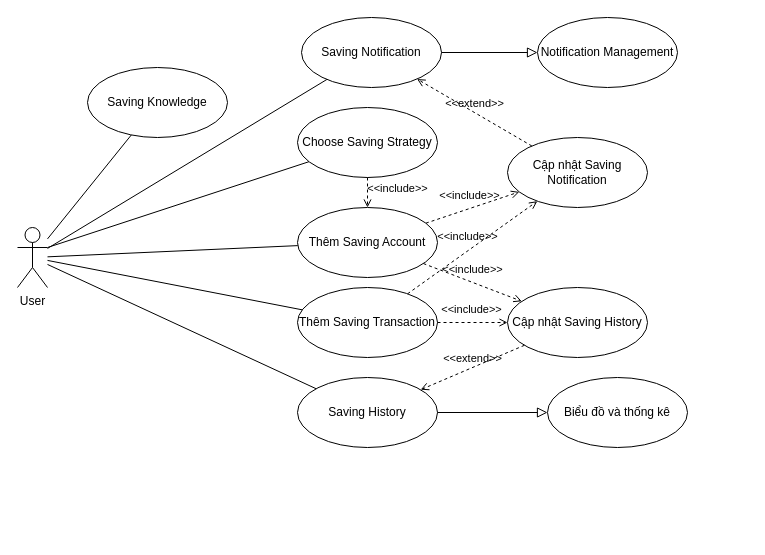
The draw.io diagram design UML/SavingManagement.drawio in vulm-neo01/financial-management, before the edit. Source tidied: cells renumbered, new cells numbered last; positions are measured from the earlier drawing's top-left corner, leaving out a move shared by most shapes. Both pictures are drawn from the tidied source at 100%, with x=0, y=0 at pixel (17, 17).
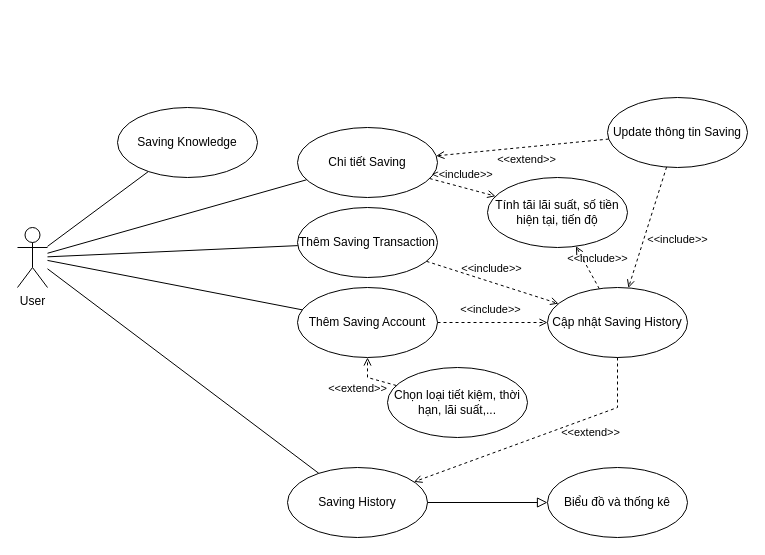
The same page after the edit.

The change refers to these unchanged cells:
```xml
<mxCell id="2" value="User" style="shape=umlActor;verticalLabelPosition=bottom;verticalAlign=top;html=1;outlineConnect=0;" parent="1" vertex="1">
  <mxGeometry y="210" width="30" height="60" as="geometry" />
</mxCell>
```

Diff of the diagram source:
```diff
@@
-    <mxCell id="3" value="Thêm Saving Account" style="ellipse;whiteSpace=wrap;html=1;" parent="1" vertex="1">
+    <mxCell id="3" value="Thêm Saving Transaction" style="ellipse;whiteSpace=wrap;html=1;" parent="1" vertex="1">
       <mxGeometry x="280" y="190" width="140" height="70" as="geometry" />
     </mxCell>
-    <mxCell id="4" value="Thêm Saving Transaction" style="ellipse;whiteSpace=wrap;html=1;" parent="1" vertex="1">
+    <mxCell id="4" value="Thêm Saving Account" style="ellipse;whiteSpace=wrap;html=1;" parent="1" vertex="1">
       <mxGeometry x="280" y="270" width="140" height="70" as="geometry" />
     </mxCell>
     <mxCell id="5" value="Saving History" style="ellipse;whiteSpace=wrap;html=1;" parent="1" vertex="1">
-      <mxGeometry x="280" y="360" width="140" height="70" as="geometry" />
+      <mxGeometry x="270" y="450" width="140" height="70" as="geometry" />
     </mxCell>
@@
     <mxCell id="9" value="Cập nhật Saving History" style="ellipse;whiteSpace=wrap;html=1;" parent="1" vertex="1">
-      <mxGeometry x="490" y="270" width="140" height="70" as="geometry" />
+      <mxGeometry x="530" y="270" width="140" height="70" as="geometry" />
     </mxCell>
@@
     <mxCell id="12" value="&amp;lt;&amp;lt;extend&amp;gt;&amp;gt;" style="html=1;verticalAlign=bottom;labelBackgroundColor=none;endArrow=open;endFill=0;dashed=1;rounded=0;" parent="1" edge="1" source="9" target="5">
-      <mxGeometry relative="1" as="geometry" />
+      <mxGeometry x="-0.35" y="23" relative="1" as="geometry">
+        <Array as="points">
+          <mxPoint x="600" y="390" />
+        </Array>
+      </mxGeometry>
     </mxCell>
     <mxCell id="13" value="Saving Knowledge" style="ellipse;whiteSpace=wrap;html=1;" parent="1" vertex="1">
-      <mxGeometry x="70" y="50" width="140" height="70" as="geometry" />
+      <mxGeometry x="100" y="90" width="140" height="70" as="geometry" />
     </mxCell>
@@
     <mxCell id="15" value="Biểu đồ và thống kê" style="ellipse;whiteSpace=wrap;html=1;" parent="1" vertex="1">
-      <mxGeometry x="530" y="360" width="140" height="70" as="geometry" />
+      <mxGeometry x="530" y="450" width="140" height="70" as="geometry" />
     </mxCell>
@@
-    <mxCell id="18" value="Choose Saving Strategy" style="ellipse;whiteSpace=wrap;html=1;" parent="1" vertex="1">
-      <mxGeometry x="280" y="90" width="140" height="70" as="geometry" />
-    </mxCell>
-    <mxCell id="19" style="endArrow=none;html=1;rounded=0;exitX=1;exitY=0.3333333333333333;exitDx=0;exitDy=0;exitPerimeter=0;" parent="1" edge="1" source="2" target="18">
-      <mxGeometry relative="1" as="geometry" />
-    </mxCell>
-    <mxCell id="20" value="&amp;lt;&amp;lt;include&amp;gt;&amp;gt;" style="html=1;verticalAlign=bottom;labelBackgroundColor=none;endArrow=open;endFill=0;dashed=1;rounded=0;" parent="1" edge="1" source="18" target="3">
-      <mxGeometry x="0.33" y="30" relative="1" as="geometry" />
-    </mxCell>
-    <mxCell id="21" value="Saving Notification" style="ellipse;whiteSpace=wrap;html=1;" parent="1" vertex="1">
-      <mxGeometry x="284" width="140" height="70" as="geometry" />
-    </mxCell>
-    <mxCell id="22" style="endArrow=none;html=1;rounded=0;" parent="1" edge="1" source="2" target="21">
-      <mxGeometry relative="1" as="geometry" />
-    </mxCell>
-    <mxCell id="23" value="Notification Management" style="ellipse;whiteSpace=wrap;html=1;" parent="1" vertex="1">
-      <mxGeometry x="520" width="140" height="70" as="geometry" />
-    </mxCell>
-    <mxCell id="24" style="endArrow=block;html=1;rounded=0;align=center;verticalAlign=bottom;endFill=0;labelBackgroundColor=none;endSize=8;" parent="1" edge="1" source="21" target="23">
-      <mxGeometry relative="1" as="geometry" />
-    </mxCell>
-    <mxCell id="25" style="html=1;align=center;verticalAlign=top;labelBackgroundColor=none;" parent="24" vertex="1">
-      <mxGeometry relative="1" as="geometry" />
-    </mxCell>
-    <mxCell id="26" value="Cập nhật Saving Notification" style="ellipse;whiteSpace=wrap;html=1;" parent="1" vertex="1">
-      <mxGeometry x="490" y="120" width="140" height="70" as="geometry" />
-    </mxCell>
-    <mxCell id="27" value="&amp;lt;&amp;lt;include&amp;gt;&amp;gt;" style="html=1;verticalAlign=bottom;labelBackgroundColor=none;endArrow=open;endFill=0;dashed=1;rounded=0;" parent="1" edge="1" source="3" target="26">
-      <mxGeometry x="-0.04" y="4" relative="1" as="geometry" />
-    </mxCell>
-    <mxCell id="28" value="&amp;lt;&amp;lt;extend&amp;gt;&amp;gt;" style="html=1;verticalAlign=bottom;labelBackgroundColor=none;endArrow=open;endFill=0;dashed=1;rounded=0;" parent="1" edge="1" source="26" target="21">
-      <mxGeometry relative="1" as="geometry" />
-    </mxCell>
-    <mxCell id="29" value="&amp;lt;&amp;lt;include&amp;gt;&amp;gt;" style="html=1;verticalAlign=bottom;labelBackgroundColor=none;endArrow=open;endFill=0;dashed=1;rounded=0;" parent="1" edge="1" source="4" target="26">
-      <mxGeometry x="-0.04" y="4" relative="1" as="geometry" />
-    </mxCell>
+    <mxCell id="30" value="Tính tãi lãi suất, số tiền hiện tại, tiến độ" style="ellipse;whiteSpace=wrap;html=1;" parent="1" vertex="1">
+      <mxGeometry x="470" y="160" width="140" height="70" as="geometry" />
+    </mxCell>
+    <mxCell id="31" value="&amp;lt;&amp;lt;include&amp;gt;&amp;gt;" style="html=1;verticalAlign=bottom;labelBackgroundColor=none;endArrow=open;endFill=0;dashed=1;rounded=0;" parent="1" edge="1" source="9" target="30">
+      <mxGeometry x="-0.2" y="-9" relative="1" as="geometry" />
+    </mxCell>
+    <mxCell id="32" value="Chi tiết Saving" style="ellipse;whiteSpace=wrap;html=1;" parent="1" vertex="1">
+      <mxGeometry x="280" y="110" width="140" height="70" as="geometry" />
+    </mxCell>
+    <mxCell id="33" style="endArrow=none;html=1;rounded=0;" parent="1" edge="1" source="2" target="32">
+      <mxGeometry relative="1" as="geometry" />
+    </mxCell>
+    <mxCell id="34" value="&amp;lt;&amp;lt;include&amp;gt;&amp;gt;" style="html=1;verticalAlign=bottom;labelBackgroundColor=none;endArrow=open;endFill=0;dashed=1;rounded=0;" parent="1" edge="1" source="32" target="30">
+      <mxGeometry x="-0.04" y="4" relative="1" as="geometry" />
+    </mxCell>
+    <mxCell id="35" value="Update thông tin Saving" style="ellipse;whiteSpace=wrap;html=1;" parent="1" vertex="1">
+      <mxGeometry x="590" y="80" width="140" height="70" as="geometry" />
+    </mxCell>
+    <mxCell id="36" value="&amp;lt;&amp;lt;include&amp;gt;&amp;gt;" style="html=1;verticalAlign=bottom;labelBackgroundColor=none;endArrow=open;endFill=0;dashed=1;rounded=0;" parent="1" edge="1" source="35" target="9">
+      <mxGeometry x="0.16" y="35" relative="1" as="geometry" />
+    </mxCell>
+    <mxCell id="37" value="Chọn loại tiết kiệm, thời hạn, lãi suất,..." style="ellipse;whiteSpace=wrap;html=1;" parent="1" vertex="1">
+      <mxGeometry x="370" y="350" width="140" height="70" as="geometry" />
+    </mxCell>
+    <mxCell id="38" value="&amp;lt;&amp;lt;extend&amp;gt;&amp;gt;" style="html=1;verticalAlign=bottom;labelBackgroundColor=none;endArrow=open;endFill=0;dashed=1;rounded=0;" parent="1" edge="1" source="37" target="4">
+      <mxGeometry x="0.2" y="22" relative="1" as="geometry">
+        <Array as="points">
+          <mxPoint x="350" y="360" />
+        </Array>
+        <mxPoint x="12" y="20" as="offset" />
+      </mxGeometry>
+    </mxCell>
+    <mxCell id="39" value="&amp;lt;&amp;lt;extend&amp;gt;&amp;gt;" style="html=1;verticalAlign=bottom;labelBackgroundColor=none;endArrow=open;endFill=0;dashed=1;rounded=0;" parent="1" edge="1" source="35" target="32">
+      <mxGeometry x="-0.02" y="21" relative="1" as="geometry" />
+    </mxCell>
```
